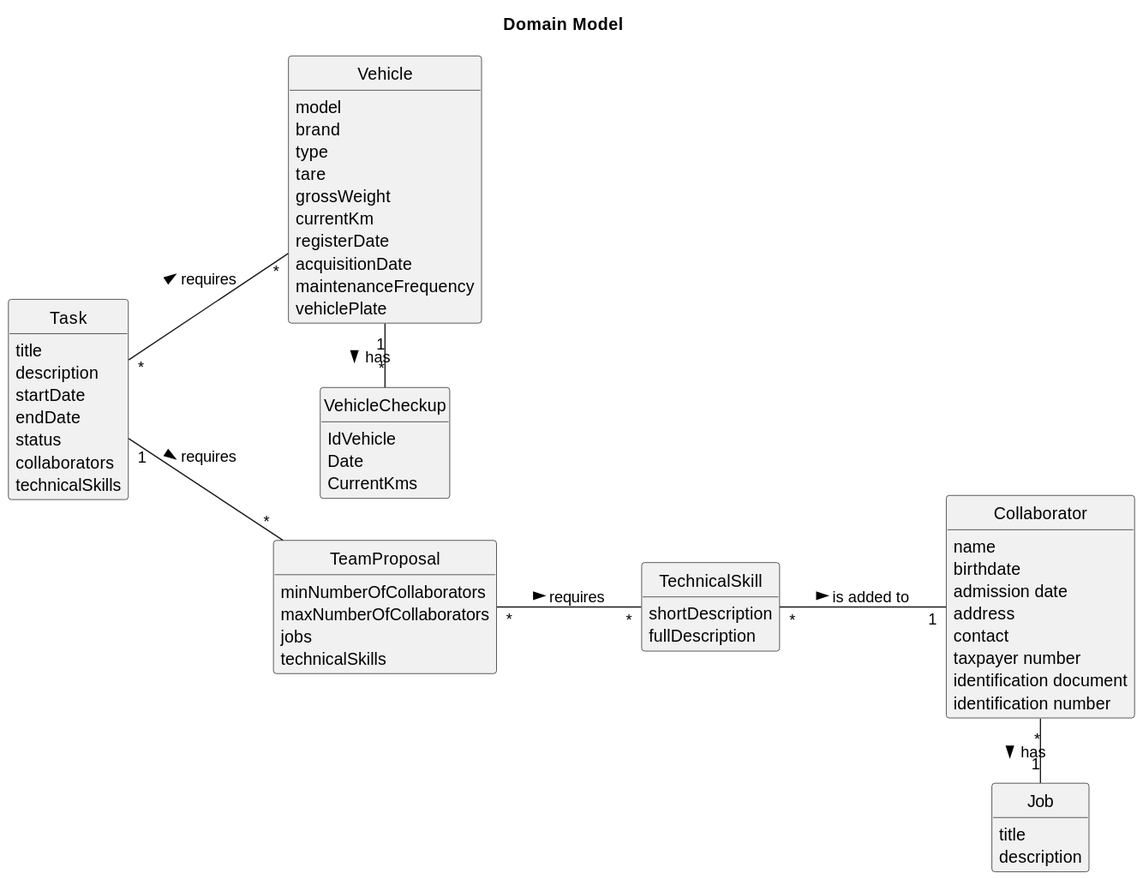
Earlier version of the PlantUML export docs/sprintC/global-artifacts/02.analysis/svg/project-domain-model.svg (RicardoMorim/lapr2-ISEP-Project).
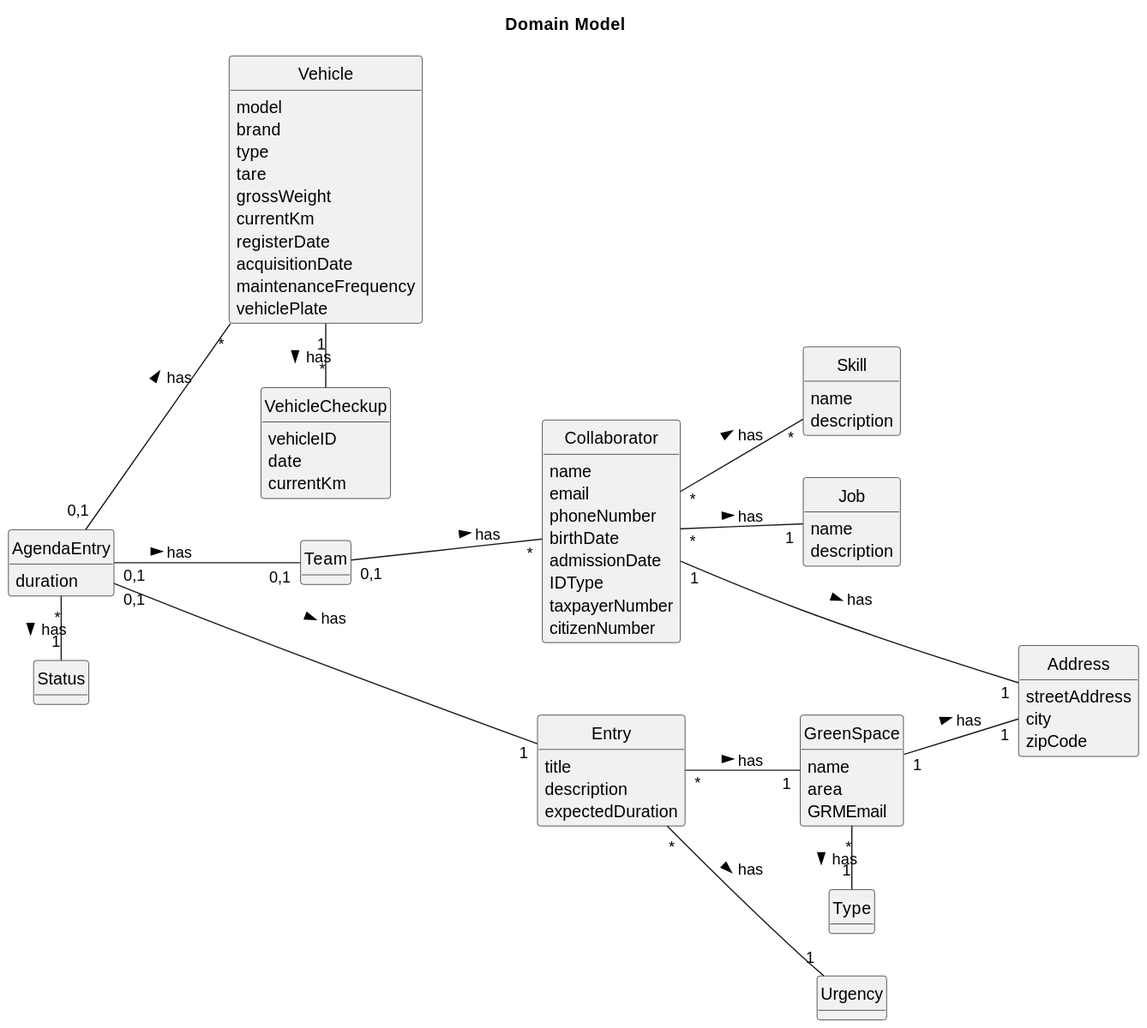
The same file after the commit.

Commit message:
Updated the project-domain-model

Diff of the diagram source:
```diff
@@ -11,38 +11,44 @@
 
 title Domain Model
 
+class Team{
+}
+
+class Skill{
+    name
+    description
+}
+
+class Job{
+    name
+    description
+}
+
+class Collaborator{
+    name
+    email
+    phoneNumber
+    birthDate
+    admissionDate
+    IDType
+    taxpayerNumber
+    citizenNumber
+
+}
+
+class Address{
+    streetAddress
+    city
+    zipCode
+}
 
 class VehicleCheckup {
-    IdVehicle
-    Date
-    CurrentKms
+    vehicleID
+    date
+    currentKm
 }
 
-
-class TechnicalSkill{
-    shortDescription
-    fullDescription
-}
-class TeamProposal{
-     minNumberOfCollaborators
-     maxNumberOfCollaborators
-     jobs
-     technicalSkills
-
- }
-
-class Task{
-    title
-    description
-    startDate
-    endDate
-    status
-    collaborators
-    technicalSkills
-}
-
-
-class Vehicle{
+class Vehicle {
     model
     brand
     type
@@ -55,31 +61,34 @@
     vehiclePlate
 }
 
-class Job{
+class GreenSpace {
+    name
+    area
+    GRMEmail
+}
+
+class AgendaEntry{
+    duration
+
+}
+
+class Entry{
     title
     description
+    expectedDuration
 }
 
-class Collaborator {
-    name
-    birthdate
-    admission date
-    address
-    contact
-    taxpayer number
-    identification document
-    identification number
-}
-
-Task "*" -- "*" Vehicle : requires >
-
-Task "1" -- "*" TeamProposal : requires >
-
-TeamProposal "*" -- "*" TechnicalSkill : requires >
-
-
-
-Vehicle "1" - "*" VehicleCheckup : has >
-TechnicalSkill "*" -- "1" Collaborator : is added to >
-Collaborator "*" - "1" Job : has >
+Team "0,1" -- "*"Collaborator : has >
+Collaborator "1" -- "1"Address : has >
+Collaborator "*" -- "1"Job : has >
+Collaborator "*" -- "*"Skill : has >
+Vehicle "1" - "*" VehicleCheckup: has >
+GreenSpace "1"--"1" Address : has >
+GreenSpace "*" - "1" Type : has >
+Entry "*"--"1" GreenSpace : has >
+Entry "*"--"1" Urgency : has >
+AgendaEntry "0,1" -- "0,1" Team : has >
+AgendaEntry "0,1" -- "*" Vehicle : has >
+AgendaEntry "*" - "1" Status : has >
+AgendaEntry "0,1" --- "1" Entry : has >
 @enduml
```
